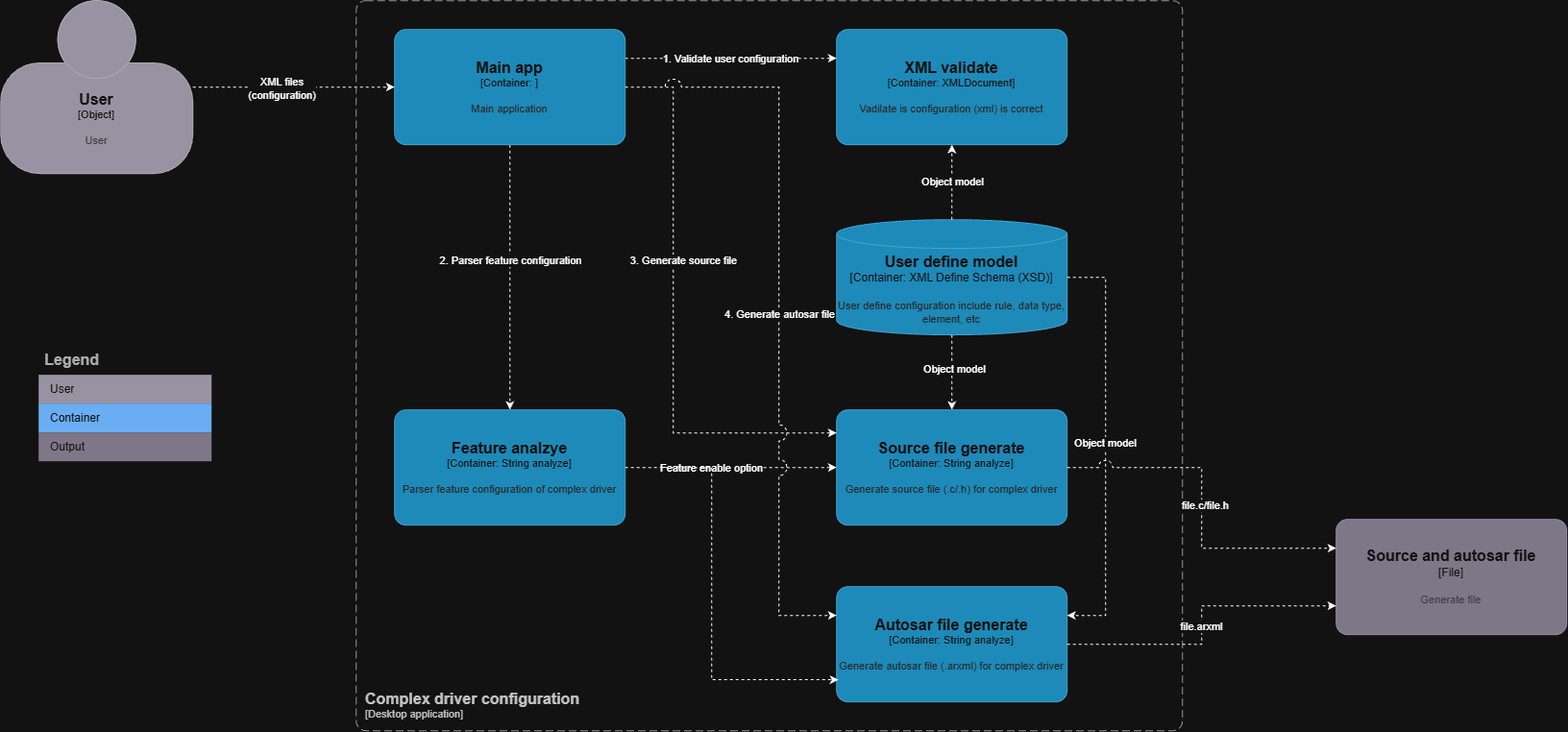
The draw.io diagram docs/images/Container.drawio.png in QuocTran5/Complex-Driver-Configurator, before a commit. Source tidied: cells renumbered, new cells last; positions are measured from the earlier drawing's top-left corner, leaving out a move shared by most shapes.
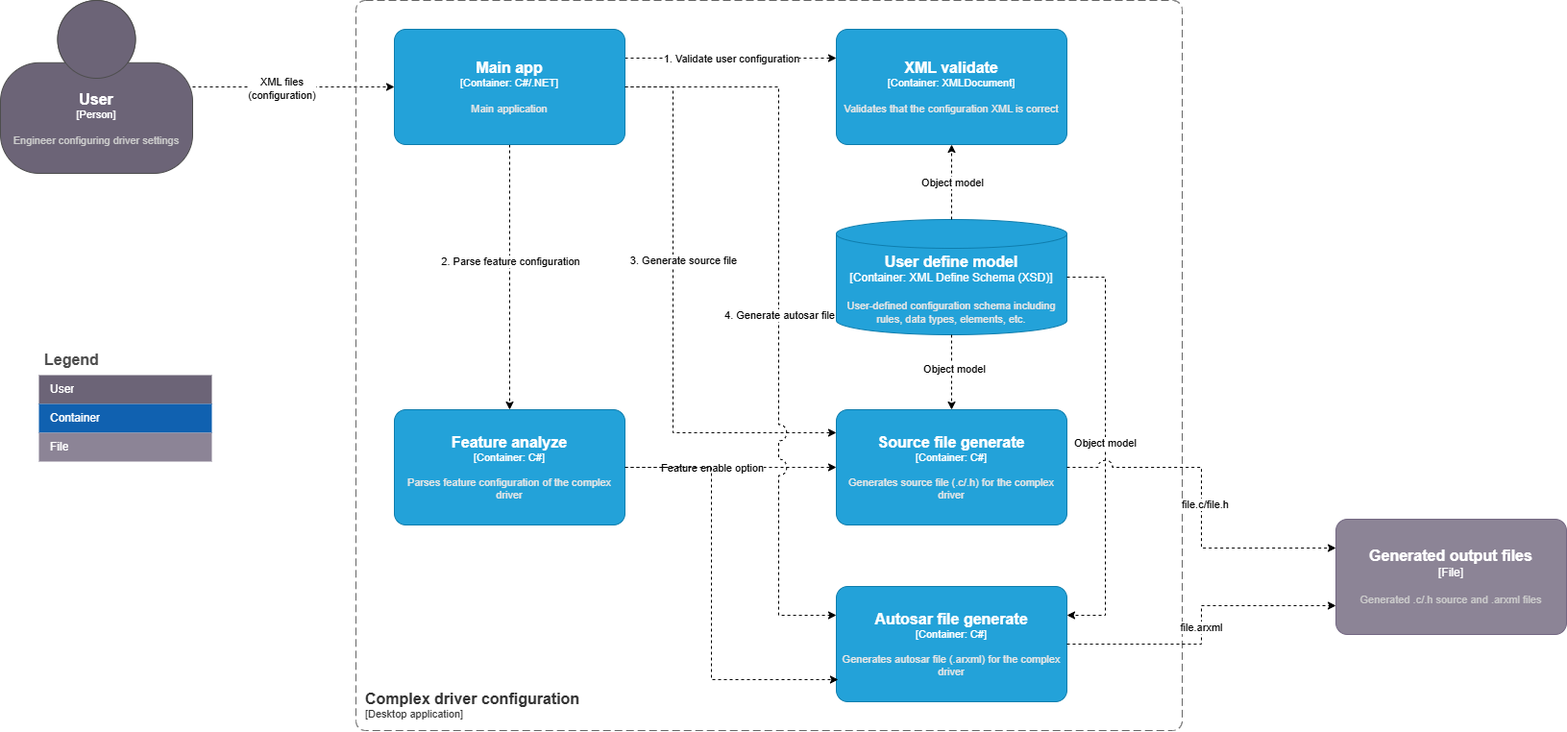
The same diagram one commit later.

Diff of the diagram source:
```diff
@@ -8,7 +8,7 @@
     <mxCell id="3" value="XML files&lt;br&gt;(configuration)" style="edgeLabel;html=1;align=center;verticalAlign=middle;" parent="2" vertex="1">
       <mxGeometry x="-0.12" y="-1" relative="1" as="geometry" />
     </mxCell>
-    <object id="4" label="&lt;font style=&quot;font-size: 16px&quot;&gt;&lt;b&gt;%c4Name%&lt;/b&gt;&lt;/font&gt;&lt;div&gt;[%c4Type%]&lt;/div&gt;&lt;br&gt;&lt;div&gt;&lt;font style=&quot;font-size: 11px&quot;&gt;&lt;font color=&quot;#cccccc&quot;&gt;%c4Description%&lt;/font&gt;&lt;/div&gt;" c4Description="User" c4Name="User" c4Type="Object" placeholders="1">
+    <object id="4" label="&lt;font style=&quot;font-size: 16px&quot;&gt;&lt;b&gt;%c4Name%&lt;/b&gt;&lt;/font&gt;&lt;div&gt;[%c4Type%]&lt;/div&gt;&lt;br&gt;&lt;div&gt;&lt;font style=&quot;font-size: 11px&quot;&gt;&lt;font color=&quot;#cccccc&quot;&gt;%c4Description%&lt;/font&gt;&lt;/div&gt;" c4Description="Engineer configuring driver settings" c4Name="User" c4Type="Person" placeholders="1">
       <mxCell style="html=1;fontSize=11;dashed=0;whiteSpace=wrap;fillColor=#6C6477;strokeColor=#4D4D4D;fontColor=#ffffff;shape=mxgraph.c4.person2;align=center;points=[[0.5,0,0],[1,0.5,0],[1,0.75,0],[0.75,1,0],[0.5,1,0],[0.25,1,0],[0,0.75,0],[0,0.5,0]];" parent="1" vertex="1">
         <mxGeometry width="200" height="180" as="geometry" />
       </mxCell>
@@ -31,10 +31,10 @@
     <mxCell id="10" style="shape=tableRow;horizontal=0;startSize=0;swimlaneHead=0;swimlaneBody=0;strokeColor=inherit;top=0;left=0;bottom=0;right=0;fillColor=none;fontSize=12;" parent="5" vertex="1">
       <mxGeometry y="90" width="180" height="30" as="geometry" />
     </mxCell>
-    <mxCell id="11" value="Output" style="shape=partialRectangle;html=1;whiteSpace=wrap;strokeColor=inherit;overflow=hidden;fillColor=#8C8496;top=0;left=0;bottom=0;right=0;fontSize=12;align=left;fontColor=#FFFFFF;gradientColor=none;spacingLeft=10;spacingRight=4;" parent="10" vertex="1">
+    <mxCell id="11" value="File" style="shape=partialRectangle;html=1;whiteSpace=wrap;strokeColor=inherit;overflow=hidden;fillColor=#8C8496;top=0;left=0;bottom=0;right=0;fontSize=12;align=left;fontColor=#FFFFFF;gradientColor=none;spacingLeft=10;spacingRight=4;" parent="10" vertex="1">
       <mxGeometry width="180" height="30" as="geometry" />
     </mxCell>
-    <object id="12" label="&lt;font style=&quot;font-size: 16px&quot;&gt;&lt;b&gt;%c4Name%&lt;/b&gt;&lt;/font&gt;&lt;div&gt;[%c4Type%]&lt;/div&gt;&lt;br&gt;&lt;div&gt;&lt;font style=&quot;font-size: 11px&quot;&gt;&lt;font color=&quot;#cccccc&quot;&gt;%c4Description%&lt;/font&gt;&lt;/div&gt;" c4Description="Generate file" c4Name="Source and autosar file" c4Type="File" placeholders="1">
+    <object id="12" label="&lt;font style=&quot;font-size: 16px&quot;&gt;&lt;b&gt;%c4Name%&lt;/b&gt;&lt;/font&gt;&lt;div&gt;[%c4Type%]&lt;/div&gt;&lt;br&gt;&lt;div&gt;&lt;font style=&quot;font-size: 11px&quot;&gt;&lt;font color=&quot;#cccccc&quot;&gt;%c4Description%&lt;/font&gt;&lt;/div&gt;" c4Description="Generated .c/.h source and .arxml files" c4Name="Generated output files" c4Type="File" placeholders="1">
       <mxCell style="rounded=1;whiteSpace=wrap;html=1;labelBackgroundColor=none;fillColor=#8C8496;fontColor=#ffffff;align=center;arcSize=10;strokeColor=#736782;points=[[0.25,0,0],[0.5,0,0],[0.75,0,0],[1,0.25,0],[1,0.5,0],[1,0.75,0],[0.75,1,0],[0.5,1,0],[0.25,1,0],[0,0.75,0],[0,0.5,0],[0,0.25,0]];" parent="1" vertex="1">
         <mxGeometry x="1390" y="540" width="240" height="120" as="geometry" />
       </mxCell>
@@ -44,12 +44,12 @@
         <mxGeometry x="370" width="860" height="760" as="geometry" />
       </mxCell>
     </object>
-    <object id="14" label="&lt;font style=&quot;font-size: 16px&quot;&gt;&lt;b&gt;%c4Name%&lt;/b&gt;&lt;/font&gt;&lt;div&gt;[%c4Type%: %c4Technology%]&lt;/div&gt;&lt;br&gt;&lt;div&gt;&lt;font style=&quot;font-size: 11px&quot;&gt;&lt;font color=&quot;#E6E6E6&quot;&gt;%c4Description%&lt;/font&gt;&lt;/div&gt;" c4Description="Vadilate is configuration (xml) is correct" c4Name="XML validate" c4Technology="XMLDocument" c4Type="Container" placeholders="1">
+    <object id="14" label="&lt;font style=&quot;font-size: 16px&quot;&gt;&lt;b&gt;%c4Name%&lt;/b&gt;&lt;/font&gt;&lt;div&gt;[%c4Type%: %c4Technology%]&lt;/div&gt;&lt;br&gt;&lt;div&gt;&lt;font style=&quot;font-size: 11px&quot;&gt;&lt;font color=&quot;#E6E6E6&quot;&gt;%c4Description%&lt;/font&gt;&lt;/div&gt;" c4Description="Validates that the configuration XML is correct" c4Name="XML validate" c4Technology="XMLDocument" c4Type="Container" placeholders="1">
       <mxCell style="rounded=1;whiteSpace=wrap;html=1;fontSize=11;labelBackgroundColor=none;fillColor=#23A2D9;fontColor=#ffffff;align=center;arcSize=10;strokeColor=#0E7DAD;points=[[0.25,0,0],[0.5,0,0],[0.75,0,0],[1,0.25,0],[1,0.5,0],[1,0.75,0],[0.75,1,0],[0.5,1,0],[0.25,1,0],[0,0.75,0],[0,0.5,0],[0,0.25,0]];" parent="1" vertex="1">
         <mxGeometry x="870" y="30" width="240" height="120" as="geometry" />
       </mxCell>
     </object>
-    <object id="15" label="&lt;font style=&quot;font-size: 16px&quot;&gt;&lt;b&gt;%c4Name%&lt;/b&gt;&lt;/font&gt;&lt;div&gt;[%c4Type%:&amp;nbsp;%c4Technology%]&lt;/div&gt;&lt;br&gt;&lt;div&gt;&lt;font style=&quot;font-size: 11px&quot;&gt;&lt;font color=&quot;#E6E6E6&quot;&gt;%c4Description%&lt;/font&gt;&lt;/div&gt;" c4Description="User define configuration include rule, data type, element, etc" c4Name="User define model" c4Technology="XML Define Schema (XSD)" c4Type="Container" placeholders="1">
+    <object id="15" label="&lt;font style=&quot;font-size: 16px&quot;&gt;&lt;b&gt;%c4Name%&lt;/b&gt;&lt;/font&gt;&lt;div&gt;[%c4Type%:&amp;nbsp;%c4Technology%]&lt;/div&gt;&lt;br&gt;&lt;div&gt;&lt;font style=&quot;font-size: 11px&quot;&gt;&lt;font color=&quot;#E6E6E6&quot;&gt;%c4Description%&lt;/font&gt;&lt;/div&gt;" c4Description="User-defined configuration schema including rules, data types, elements, etc." c4Name="User define model" c4Technology="XML Define Schema (XSD)" c4Type="Container" placeholders="1">
       <mxCell style="shape=cylinder3;size=15;whiteSpace=wrap;html=1;boundedLbl=1;rounded=0;labelBackgroundColor=none;fillColor=#23A2D9;fontSize=12;fontColor=#ffffff;align=center;strokeColor=#0E7DAD;points=[[0.5,0,0],[1,0.25,0],[1,0.5,0],[1,0.75,0],[0.5,1,0],[0,0.75,0],[0,0.5,0],[0,0.25,0]];" parent="1" vertex="1">
         <mxGeometry x="870" y="228" width="240" height="120" as="geometry" />
       </mxCell>
@@ -62,7 +62,7 @@
         <mxPoint x="-12" y="-2" as="offset" />
       </mxGeometry>
     </mxCell>
-    <object id="18" label="&lt;font style=&quot;font-size: 16px&quot;&gt;&lt;b&gt;%c4Name%&lt;/b&gt;&lt;/font&gt;&lt;div&gt;[%c4Type%: %c4Technology%]&lt;/div&gt;&lt;br&gt;&lt;div&gt;&lt;font style=&quot;font-size: 11px&quot;&gt;&lt;font color=&quot;#E6E6E6&quot;&gt;%c4Description%&lt;/font&gt;&lt;/div&gt;" c4Description="Parser feature configuration of complex driver" c4Name="Feature analzye" c4Technology="String analyze" c4Type="Container" placeholders="1">
+    <object id="18" label="&lt;font style=&quot;font-size: 16px&quot;&gt;&lt;b&gt;%c4Name%&lt;/b&gt;&lt;/font&gt;&lt;div&gt;[%c4Type%: %c4Technology%]&lt;/div&gt;&lt;br&gt;&lt;div&gt;&lt;font style=&quot;font-size: 11px&quot;&gt;&lt;font color=&quot;#E6E6E6&quot;&gt;%c4Description%&lt;/font&gt;&lt;/div&gt;" c4Description="Parses feature configuration of the complex driver" c4Name="Feature analyze" c4Technology="C#" c4Type="Container" placeholders="1">
       <mxCell style="rounded=1;whiteSpace=wrap;html=1;fontSize=11;labelBackgroundColor=none;fillColor=#23A2D9;fontColor=#ffffff;align=center;arcSize=10;strokeColor=#0E7DAD;points=[[0.25,0,0],[0.5,0,0],[0.75,0,0],[1,0.25,0],[1,0.5,0],[1,0.75,0],[0.75,1,0],[0.5,1,0],[0.25,1,0],[0,0.75,0],[0,0.5,0],[0,0.25,0]];" parent="1" vertex="1">
         <mxGeometry x="410" y="426" width="240" height="120" as="geometry" />
       </mxCell>
@@ -70,7 +70,7 @@
     <mxCell id="19" style="edgeStyle=orthogonalEdgeStyle;rounded=0;jettySize=auto;html=1;entryX=0.5;entryY=0;entryDx=0;entryDy=0;entryPerimeter=0;dashed=1;exitX=0.5;exitY=1;exitDx=0;exitDy=0;exitPerimeter=0;" parent="1" edge="1" source="30" target="18">
       <mxGeometry relative="1" as="geometry" />
     </mxCell>
-    <mxCell id="20" value="2. Parser feature configuration" style="edgeLabel;html=1;align=center;verticalAlign=middle;" parent="19" vertex="1">
+    <mxCell id="20" value="2. Parse feature configuration" style="edgeLabel;html=1;align=center;verticalAlign=middle;" parent="19" vertex="1">
       <mxGeometry x="-0.09" y="-1" relative="1" as="geometry">
         <mxPoint x="1" y="-6" as="offset" />
       </mxGeometry>
@@ -91,7 +91,7 @@
     <mxCell id="23" value="Object model" style="edgeLabel;html=1;align=center;verticalAlign=middle;" parent="21" vertex="1">
       <mxGeometry x="-0.1" y="2" relative="1" as="geometry" />
     </mxCell>
-    <object id="24" label="&lt;font style=&quot;font-size: 16px&quot;&gt;&lt;b&gt;%c4Name%&lt;/b&gt;&lt;/font&gt;&lt;div&gt;[%c4Type%: %c4Technology%]&lt;/div&gt;&lt;br&gt;&lt;div&gt;&lt;font style=&quot;font-size: 11px&quot;&gt;&lt;font color=&quot;#E6E6E6&quot;&gt;%c4Description%&lt;/font&gt;&lt;/div&gt;" c4Description="Generate source file (.c/.h) for complex driver" c4Name="Source file generate" c4Technology="String analyze" c4Type="Container" placeholders="1">
+    <object id="24" label="&lt;font style=&quot;font-size: 16px&quot;&gt;&lt;b&gt;%c4Name%&lt;/b&gt;&lt;/font&gt;&lt;div&gt;[%c4Type%: %c4Technology%]&lt;/div&gt;&lt;br&gt;&lt;div&gt;&lt;font style=&quot;font-size: 11px&quot;&gt;&lt;font color=&quot;#E6E6E6&quot;&gt;%c4Description%&lt;/font&gt;&lt;/div&gt;" c4Description="Generates source file (.c/.h) for the complex driver" c4Name="Source file generate" c4Technology="C#" c4Type="Container" placeholders="1">
       <mxCell style="rounded=1;whiteSpace=wrap;html=1;fontSize=11;labelBackgroundColor=none;fillColor=#23A2D9;fontColor=#ffffff;align=center;arcSize=10;strokeColor=#0E7DAD;points=[[0.25,0,0],[0.5,0,0],[0.75,0,0],[1,0.25,0],[1,0.5,0],[1,0.75,0],[0.75,1,0],[0.5,1,0],[0.25,1,0],[0,0.75,0],[0,0.5,0],[0,0.25,0]];" parent="1" vertex="1">
         <mxGeometry x="870" y="426" width="240" height="120" as="geometry" />
       </mxCell>
@@ -110,7 +110,7 @@
         <mxPoint x="10" y="147" as="offset" />
       </mxGeometry>
     </mxCell>
-    <object id="27" label="&lt;font style=&quot;font-size: 16px&quot;&gt;&lt;b&gt;%c4Name%&lt;/b&gt;&lt;/font&gt;&lt;div&gt;[%c4Type%: %c4Technology%]&lt;/div&gt;&lt;br&gt;&lt;div&gt;&lt;font style=&quot;font-size: 11px&quot;&gt;&lt;font color=&quot;#E6E6E6&quot;&gt;%c4Description%&lt;/font&gt;&lt;/div&gt;" c4Description="Generate autosar file (.arxml) for complex driver" c4Name="Autosar file generate" c4Technology="String analyze" c4Type="Container" placeholders="1">
+    <object id="27" label="&lt;font style=&quot;font-size: 16px&quot;&gt;&lt;b&gt;%c4Name%&lt;/b&gt;&lt;/font&gt;&lt;div&gt;[%c4Type%: %c4Technology%]&lt;/div&gt;&lt;br&gt;&lt;div&gt;&lt;font style=&quot;font-size: 11px&quot;&gt;&lt;font color=&quot;#E6E6E6&quot;&gt;%c4Description%&lt;/font&gt;&lt;/div&gt;" c4Description="Generates autosar file (.arxml) for the complex driver" c4Name="Autosar file generate" c4Technology="C#" c4Type="Container" placeholders="1">
       <mxCell style="rounded=1;whiteSpace=wrap;html=1;fontSize=11;labelBackgroundColor=none;fillColor=#23A2D9;fontColor=#ffffff;align=center;arcSize=10;strokeColor=#0E7DAD;points=[[0.25,0,0],[0.5,0,0],[0.75,0,0],[1,0.25,0],[1,0.5,0],[1,0.75,0],[0.75,1,0],[0.5,1,0],[0.25,1,0],[0,0.75,0],[0,0.5,0],[0,0.25,0]];" parent="1" vertex="1">
         <mxGeometry x="870" y="610" width="240" height="120" as="geometry" />
       </mxCell>
@@ -123,7 +123,7 @@
         <mxPoint x="-28" y="-2" as="offset" />
       </mxGeometry>
     </mxCell>
-    <object id="30" label="&lt;font style=&quot;font-size: 16px&quot;&gt;&lt;b&gt;%c4Name%&lt;/b&gt;&lt;/font&gt;&lt;div&gt;[%c4Type%: %c4Technology%]&lt;/div&gt;&lt;br&gt;&lt;div&gt;&lt;font style=&quot;font-size: 11px&quot;&gt;&lt;font color=&quot;#E6E6E6&quot;&gt;%c4Description%&lt;/font&gt;&lt;/div&gt;" c4Description="Main application" c4Name="Main app" c4Technology="" c4Type="Container" placeholders="1">
+    <object id="30" label="&lt;font style=&quot;font-size: 16px&quot;&gt;&lt;b&gt;%c4Name%&lt;/b&gt;&lt;/font&gt;&lt;div&gt;[%c4Type%: %c4Technology%]&lt;/div&gt;&lt;br&gt;&lt;div&gt;&lt;font style=&quot;font-size: 11px&quot;&gt;&lt;font color=&quot;#E6E6E6&quot;&gt;%c4Description%&lt;/font&gt;&lt;/div&gt;" c4Description="Main application" c4Name="Main app" c4Technology="C#/.NET" c4Type="Container" placeholders="1">
       <mxCell style="rounded=1;whiteSpace=wrap;html=1;fontSize=11;labelBackgroundColor=none;fillColor=#23A2D9;fontColor=#ffffff;align=center;arcSize=10;strokeColor=#0E7DAD;points=[[0.25,0,0],[0.5,0,0],[0.75,0,0],[1,0.25,0],[1,0.5,0],[1,0.75,0],[0.75,1,0],[0.5,1,0],[0.25,1,0],[0,0.75,0],[0,0.5,0],[0,0.25,0]];" parent="1" vertex="1">
         <mxGeometry x="410" y="30" width="240" height="120" as="geometry" />
       </mxCell>
```
